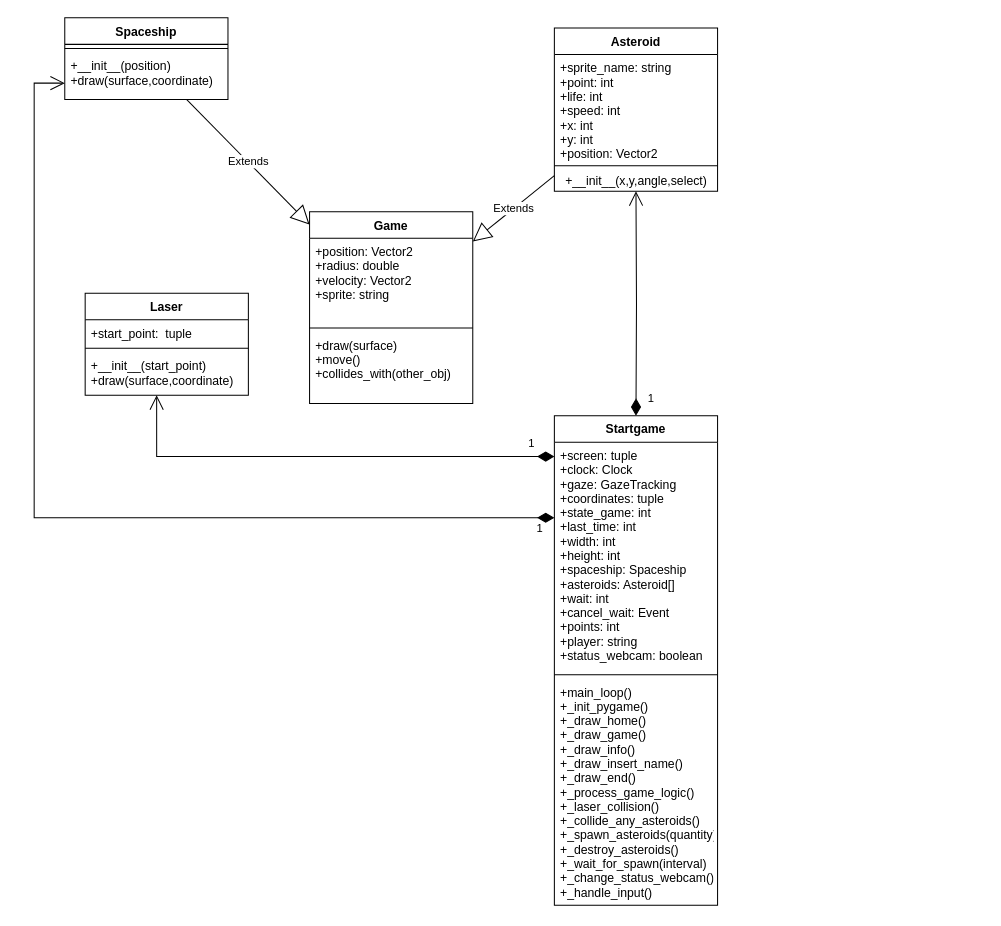
This is page "Page-1" (1 of 2) of Documenti/Progettazione/Diagramma classi/DiagrammaClassi.drawio from LuMug/EyeAsteroids, a draw.io file, before an edit. Source tidied: cells renumbered, new cells numbered last; positions are measured from the earlier drawing's top-left corner, leaving out a move shared by most shapes. Both pictures are drawn from the tidied source at 102%, with x=0, y=0 at pixel (34, 17).
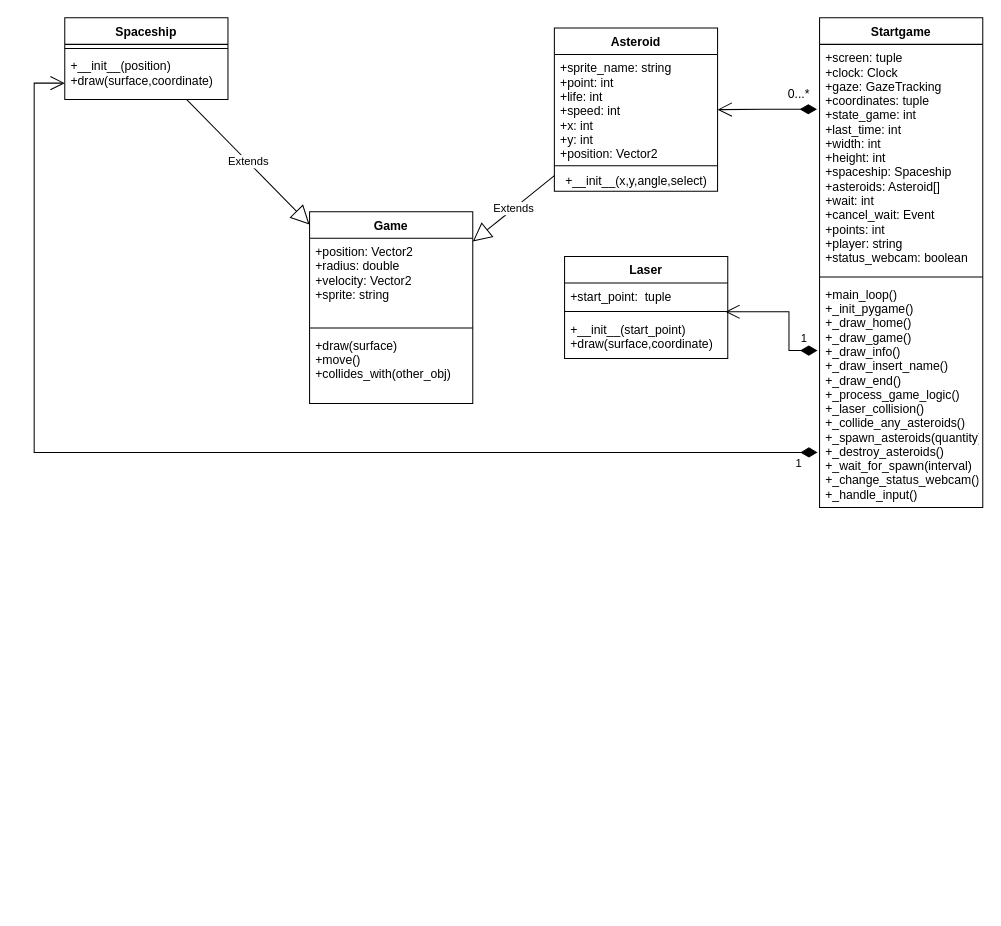
The same page after the edit.

Commit message (it also covers changes not shown here):
Diagramma Classi aggiornata

The change refers to these unchanged cells:
```xml
<mxCell id="6" value="Spaceship" style="swimlane;fontStyle=1;align=center;verticalAlign=top;horizontal=1;startSize=26;" parent="1" vertex="1">
  <mxGeometry x="30" width="160" height="80" as="geometry" />
</mxCell>
<mxCell id="9" value="Asteroid" style="swimlane;fontStyle=1;align=center;verticalAlign=top;horizontal=1;startSize=26;" parent="1" vertex="1">
  <mxGeometry x="510" y="10" width="160" height="160" as="geometry" />
</mxCell>
<mxCell id="20" style="line;strokeWidth=1;fillColor=none;align=left;verticalAlign=middle;spacingTop=-1;spacingLeft=3;spacingRight=3;labelPosition=right;points=[];portConstraint=eastwest;" parent="18" vertex="1">
  <mxGeometry y="50" width="160" height="8" as="geometry" />
</mxCell>
<mxCell id="21" value="+__init__(start_point)&#10;+draw(surface,coordinate)" style="text;strokeColor=none;fillColor=none;align=left;verticalAlign=top;spacingLeft=4;spacingRight=4;overflow=hidden;points=[[0,0.5],[1,0.5]];portConstraint=eastwest;" parent="18" vertex="1">
  <mxGeometry y="58" width="160" height="42" as="geometry" />
</mxCell>
<mxCell id="23" value="+screen: tuple&#10;+clock: Clock&#10;+gaze: GazeTracking&#10;+coordinates: tuple&#10;+state_game: int&#10;+last_time: int&#10;+width: int&#10;+height: int&#10;+spaceship: Spaceship&#10;+asteroids: Asteroid[]&#10;+wait: int&#10;+cancel_wait: Event&#10;+points: int&#10;+player: string&#10;+status_webcam: boolean" style="text;strokeColor=none;fillColor=none;align=left;verticalAlign=top;spacingLeft=4;spacingRight=4;overflow=hidden;points=[[0,0.5],[1,0.5]];portConstraint=eastwest;" parent="22" vertex="1">
  <mxGeometry y="26" width="160" height="224" as="geometry" />
</mxCell>
<mxCell id="25" value="+main_loop()&#10;+_init_pygame()&#10;+_draw_home()&#10;+_draw_game()&#10;+_draw_info()&#10;+_draw_insert_name()&#10;+_draw_end()&#10;+_process_game_logic()&#10;+_laser_collision()&#10;+_collide_any_asteroids()&#10;+_spawn_asteroids(quantity)&#10;+_destroy_asteroids()&#10;+_wait_for_spawn(interval)&#10;+_change_status_webcam()&#10;+_handle_input()&#10;" style="text;strokeColor=none;fillColor=none;align=left;verticalAlign=top;spacingLeft=4;spacingRight=4;overflow=hidden;points=[[0,0.5],[1,0.5]];portConstraint=eastwest;" parent="22" vertex="1">
  <mxGeometry y="258" width="160" height="222" as="geometry" />
</mxCell>
```

The edit, as a diff of the source:
```diff
@@
-    <mxCell id="15" value="1" style="endArrow=open;html=1;endSize=12;startArrow=diamondThin;startSize=14;startFill=1;edgeStyle=orthogonalEdgeStyle;align=left;verticalAlign=bottom;rounded=0;" parent="1" edge="1" target="9">
-      <mxGeometry x="-0.93" y="-10" relative="1" as="geometry">
-        <mxPoint x="590" y="390" as="sourcePoint" />
-      </mxGeometry>
+    <mxCell id="15" style="endArrow=open;html=1;endSize=12;startArrow=diamondThin;startSize=14;startFill=1;edgeStyle=orthogonalEdgeStyle;align=left;verticalAlign=bottom;rounded=0;exitX=-0.016;exitY=0.284;exitDx=0;exitDy=0;exitPerimeter=0;" parent="1" edge="1" source="23" target="9">
+      <mxGeometry x="-0.93" y="-10" relative="1" as="geometry" />
     </mxCell>
-    <mxCell id="16" value="1" style="endArrow=open;html=1;endSize=12;startArrow=diamondThin;startSize=14;startFill=1;edgeStyle=orthogonalEdgeStyle;align=left;verticalAlign=bottom;rounded=0;entryX=0.438;entryY=1;entryDx=0;entryDy=0;entryPerimeter=0;" parent="1" edge="1" target="21">
-      <mxGeometry x="-0.88" y="-4" relative="1" as="geometry">
-        <mxPoint x="510" y="430.1" as="sourcePoint" />
-        <Array as="points">
-          <mxPoint x="120" y="430" />
-        </Array>
-      </mxGeometry>
-    </mxCell>
-    <mxCell id="17" value="1" style="endArrow=open;html=1;endSize=12;startArrow=diamondThin;startSize=14;startFill=1;edgeStyle=orthogonalEdgeStyle;align=left;verticalAlign=bottom;rounded=0;" parent="1" edge="1" target="6">
+    <mxCell id="17" value="1" style="endArrow=open;html=1;endSize=12;startArrow=diamondThin;startSize=14;startFill=1;edgeStyle=orthogonalEdgeStyle;align=left;verticalAlign=bottom;rounded=0;exitX=-0.012;exitY=0.757;exitDx=0;exitDy=0;exitPerimeter=0;" parent="1" edge="1" source="25" target="6">
       <mxGeometry x="-0.96" y="20" relative="1" as="geometry">
-        <mxPoint x="510" y="490.1" as="sourcePoint" />
         <Array as="points">
-          <mxPoint y="490" />
+          <mxPoint y="426" />
           <mxPoint y="64" />
         </Array>
       </mxGeometry>
     </mxCell>
     <mxCell id="18" value="Laser" style="swimlane;fontStyle=1;align=center;verticalAlign=top;horizontal=1;startSize=26;" parent="1" vertex="1">
-      <mxGeometry x="50" y="270" width="160" height="100" as="geometry" />
+      <mxGeometry x="520" y="234" width="160" height="100" as="geometry" />
     </mxCell>
@@
     <mxCell id="22" value="Startgame" style="swimlane;fontStyle=1;align=center;verticalAlign=top;horizontal=1;startSize=26;" parent="1" vertex="1">
-      <mxGeometry x="510" y="390" width="160" height="480" as="geometry" />
+      <mxGeometry x="770" width="160" height="480" as="geometry" />
     </mxCell>
@@
+    <mxCell id="26" style="endArrow=open;html=1;endSize=12;startArrow=diamondThin;startSize=14;startFill=1;edgeStyle=orthogonalEdgeStyle;align=left;verticalAlign=bottom;rounded=0;exitX=-0.013;exitY=0.307;exitDx=0;exitDy=0;exitPerimeter=0;entryX=0.985;entryY=0.517;entryDx=0;entryDy=0;entryPerimeter=0;" parent="1" edge="1" source="25" target="20">
+      <mxGeometry x="-0.93" y="-10" relative="1" as="geometry">
+        <Array as="points">
+          <mxPoint x="740" y="326" />
+          <mxPoint x="740" y="288" />
+        </Array>
+      </mxGeometry>
+    </mxCell>
+    <mxCell id="27" value="0...*" style="text;html=1;strokeColor=none;fillColor=none;align=center;verticalAlign=middle;whiteSpace=wrap;rounded=0;" parent="1" vertex="1">
+      <mxGeometry x="720" y="60" width="60" height="30" as="geometry" />
+    </mxCell>
+    <mxCell id="16" value="&lt;span style=&quot;color: rgb(0, 0, 0); font-family: helvetica; font-size: 11px; font-style: normal; font-weight: 400; letter-spacing: normal; text-align: left; text-indent: 0px; text-transform: none; word-spacing: 0px; background-color: rgb(255, 255, 255); display: inline; float: none;&quot;&gt;1&lt;/span&gt;" style="text;whiteSpace=wrap;html=1;" parent="1" vertex="1">
+      <mxGeometry x="750" y="300" width="30" height="30" as="geometry" />
+    </mxCell>
```
